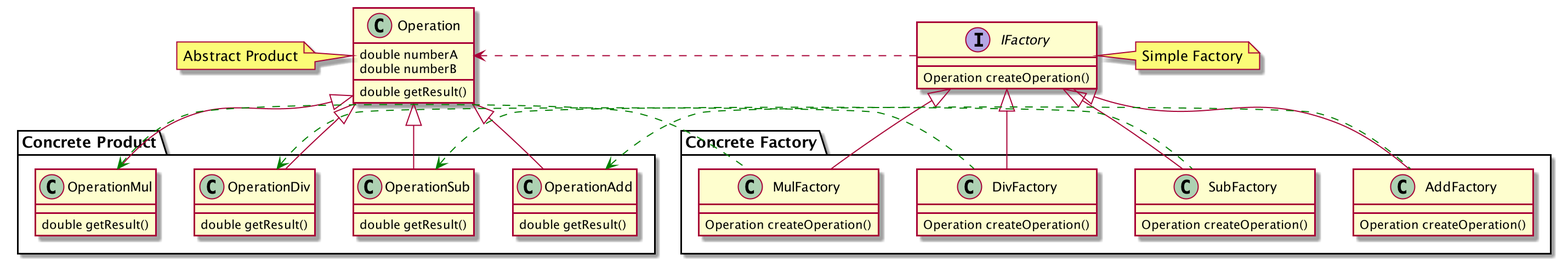
This is src/factorypattern/UML.png from dragonwang-hub/three_factory_design_patterns, a PlantUML export, as it was before one commit. Its diagram source:
```plantuml
@startuml

class Operation {
    double numberA
    double numberB
    double getResult()
}
note left: Abstract Product

package "Concrete Product"{
class OperationAdd {
    double getResult()
}
class OperationSub {
    double getResult()
}
class OperationMul {
    double getResult()
}
class OperationDiv {
    double getResult()
}
}

interface IFactory {
    Operation createOperation()
}
note right: Simple Factory

package "Concrete Factory"{
class AddFactory{
    Operation createOperation()
}
class SubFactory{
    Operation createOperation()
}
class DivFactory{
    Operation createOperation()
}
class MulFactory{
    Operation createOperation()
}
}

IFactory <|-- AddFactory
IFactory <|-- SubFactory
IFactory <|-- DivFactory
IFactory <|-- MulFactory

Operation <|-- OperationAdd
Operation <|-- OperationSub
Operation <|-- OperationMul
Operation <|-- OperationDiv
Operation <. IFactory

OperationAdd <.[#green] AddFactory
OperationSub <.[#green] SubFactory
OperationDiv <.[#green] DivFactory
OperationMul <.[#green] MulFactory

@enduml
```
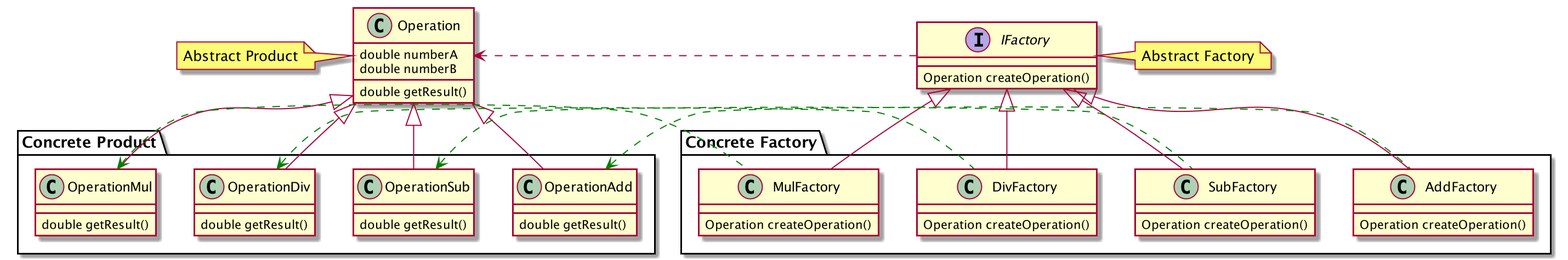
Later version of the same file.

Commit message:
yl #0000 update factory UML , fix

Change to the diagram source:
```diff
@@ -25,7 +25,7 @@
 interface IFactory {
     Operation createOperation()
 }
-note right: Simple Factory
+note right: Abstract Factory
 
 package "Concrete Factory"{
 class AddFactory{
```
